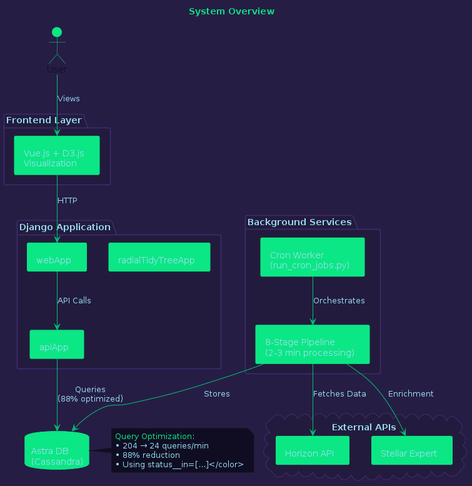
areveur51/StellarMapWeb keeps this PlantUML diagram as diagrams/01_system_overview.png. Above is the earlier version.
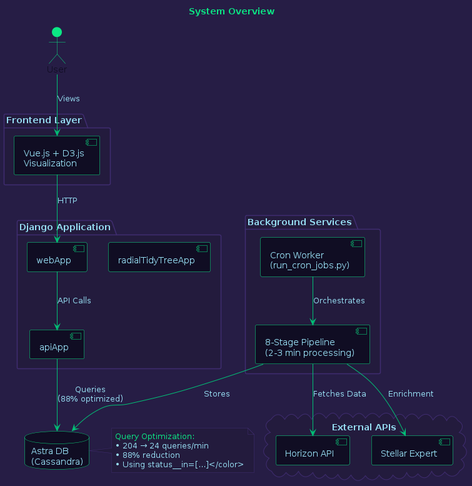
Above is the later version.

Diff of the diagram source:
```diff
@@ -11,13 +11,13 @@
 }
 
 skinparam cloud {
-  BackgroundColor #231B3D
+  BackgroundColor #100D23
   BorderColor #0BE784
   FontColor #96DDF2
 }
 
 skinparam database {
-  BackgroundColor #032314
+  BackgroundColor #100D23
   BorderColor #0BE784
   FontColor #96DDF2
 }
@@ -34,31 +34,37 @@
   FontColor #100D23
 }
 
+skinparam note {
+  BackgroundColor #231B3D
+  BorderColor #3f2c70
+  FontColor #96DDF2
+}
+
 title <color:#0BE784>System Overview</color>
 
 actor User #0BE784
 
 package "Frontend Layer" #231B3D {
-  component "Vue.js + D3.js\nVisualization" as Frontend #0BE784
+  component "Vue.js + D3.js\nVisualization" as Frontend
 }
 
 package "Django Application" #231B3D {
-  component "webApp" as WebApp #0BE784
-  component "apiApp" as ApiApp #0BE784
-  component "radialTidyTreeApp" as RadialApp #0BE784
+  component "webApp" as WebApp
+  component "apiApp" as ApiApp
+  component "radialTidyTreeApp" as RadialApp
 }
 
 package "Background Services" #231B3D {
-  component "Cron Worker\n(run_cron_jobs.py)" as CronWorker #0BE784
-  component "8-Stage Pipeline\n(2-3 min processing)" as Pipeline #0BE784
+  component "Cron Worker\n(run_cron_jobs.py)" as CronWorker
+  component "8-Stage Pipeline\n(2-3 min processing)" as Pipeline
 }
 
 cloud "External APIs" #231B3D {
-  component "Horizon API" as Horizon #0BE784
-  component "Stellar Expert" as Expert #0BE784
+  component "Horizon API" as Horizon
+  component "Stellar Expert" as Expert
 }
 
-database "Astra DB\n(Cassandra)" as DB #0BE784
+database "Astra DB\n(Cassandra)" as DB
 
 User -[#01C176]-> Frontend : "Views"
 Frontend -[#01C176]-> WebApp : "HTTP"
@@ -69,7 +75,7 @@
 Pipeline -[#01C176]-> Expert : "Enrichment"
 Pipeline -[#01C176]-> DB : "Stores"
 
-note right of DB #100D23
+note right of DB #231B3D
   <color:#0BE784>Query Optimization:</color>
   <color:#96DDF2>• 204 → 24 queries/min
   • 88% reduction
```
